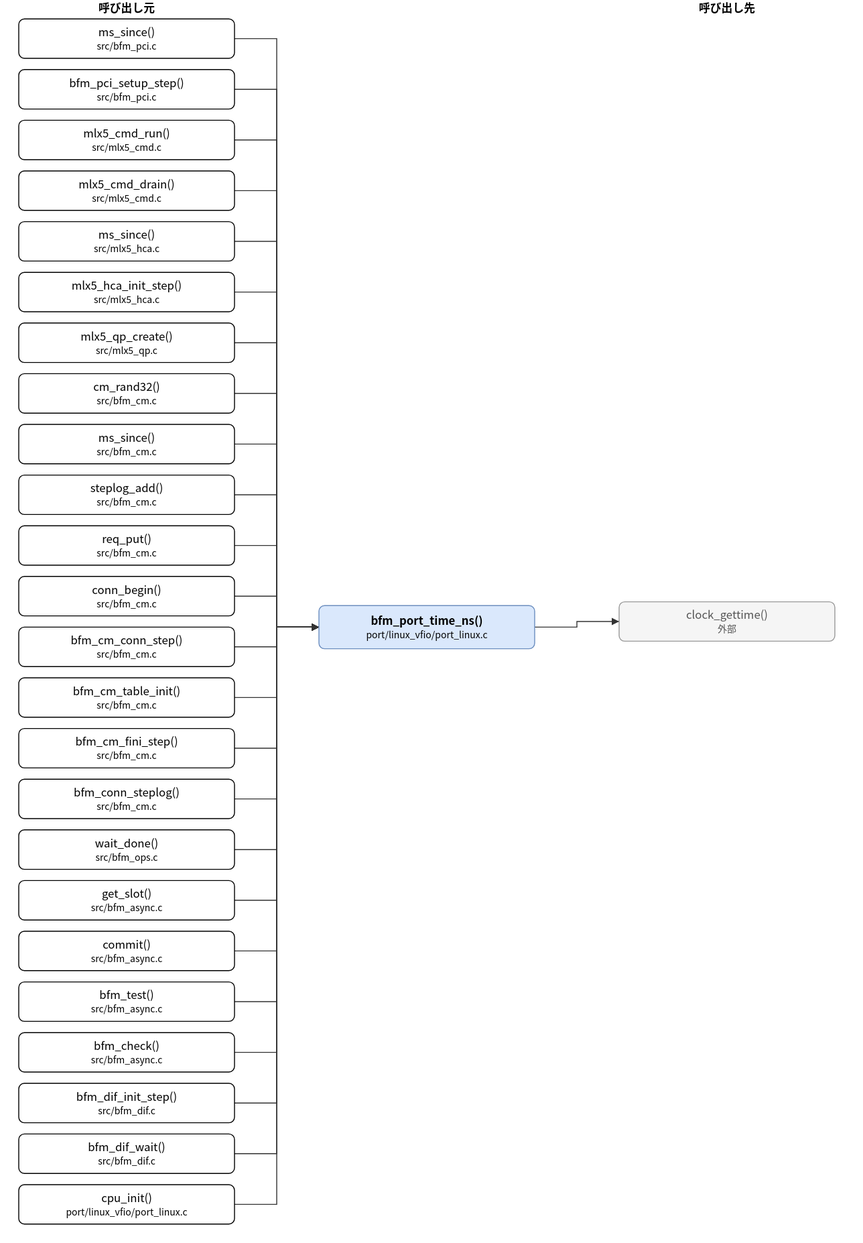
Before: doc/spec/images/call_port_linux_vfio_port_linux-bfm_port_time_ns.drawio.svg, a diagram exported from draw.io (hf355051012-ai/bfmem). Source tidied: cells renumbered, new cells last; positions are measured from the earlier drawing's top-left corner, leaving out a move shared by most shapes.
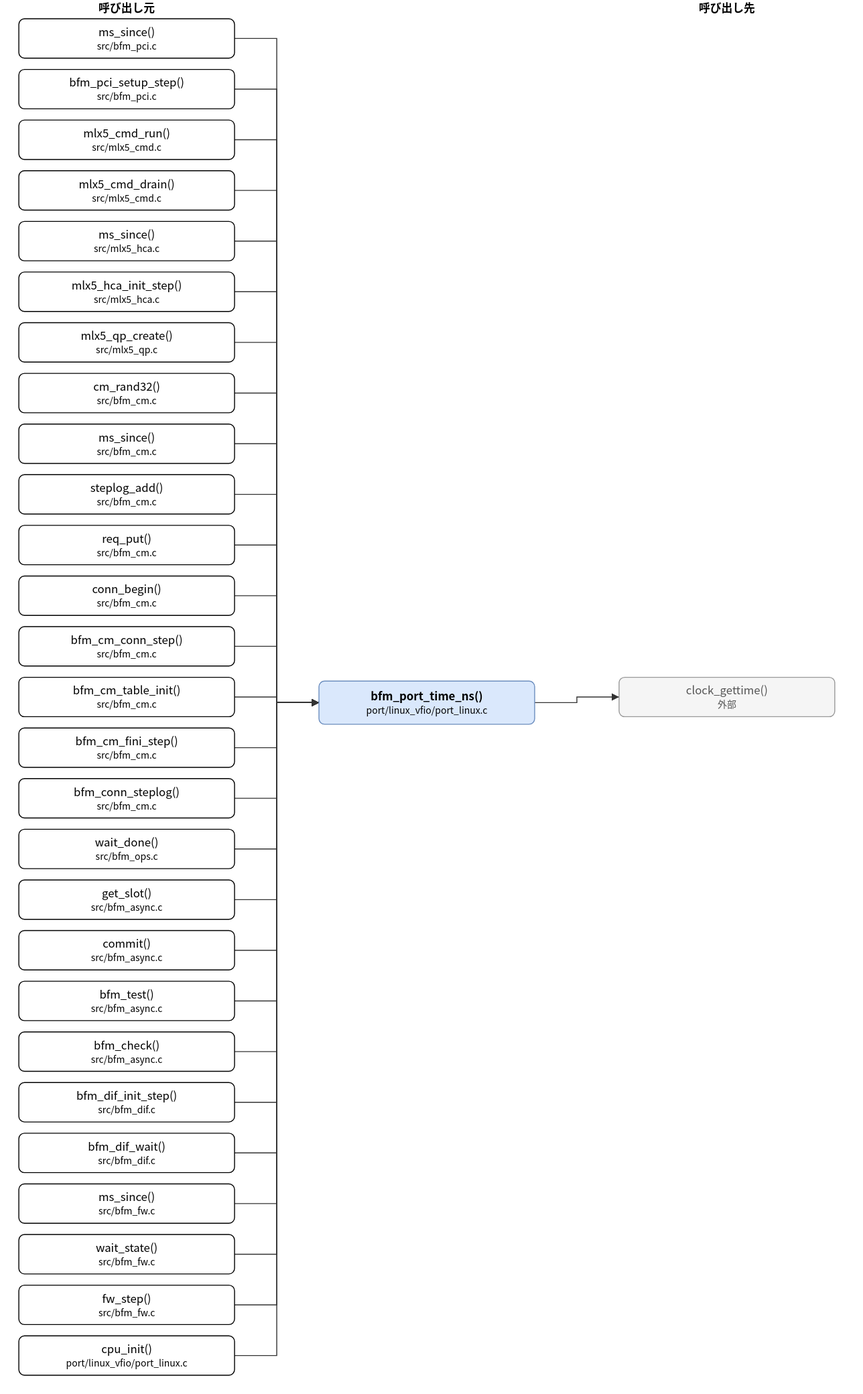
After the change.

The edit, as a diff of the source:
```diff
@@ -3,7 +3,7 @@
     <mxCell id="0" />
     <mxCell id="1" parent="0" />
     <mxCell id="2" value="bfm_port_time_ns()&lt;br&gt;&lt;font style=&quot;font-size:10px&quot;&gt;port/linux_vfio/port_linux.c&lt;/font&gt;" style="rounded=1;whiteSpace=wrap;html=1;fillColor=#dae8fc;strokeColor=#6c8ebf;fontStyle=1;" parent="1" vertex="1">
-      <mxGeometry x="320" y="645" width="230" height="46" as="geometry" />
+      <mxGeometry x="320" y="726" width="230" height="46" as="geometry" />
     </mxCell>
     <mxCell id="3" value="ms_since()&lt;br&gt;&lt;font style=&quot;font-size:10px&quot;&gt;src/bfm_pci.c&lt;/font&gt;" style="rounded=1;whiteSpace=wrap;html=1;" parent="1" vertex="1">
       <mxGeometry y="20" width="230" height="42" as="geometry" />
@@ -74,17 +74,26 @@
     <mxCell id="25" value="bfm_dif_wait()&lt;br&gt;&lt;font style=&quot;font-size:10px&quot;&gt;src/bfm_dif.c&lt;/font&gt;" style="rounded=1;whiteSpace=wrap;html=1;" parent="1" vertex="1">
       <mxGeometry y="1208" width="230" height="42" as="geometry" />
     </mxCell>
-    <mxCell id="26" value="cpu_init()&lt;br&gt;&lt;font style=&quot;font-size:10px&quot;&gt;port/linux_vfio/port_linux.c&lt;/font&gt;" style="rounded=1;whiteSpace=wrap;html=1;" parent="1" vertex="1">
+    <mxCell id="26" value="ms_since()&lt;br&gt;&lt;font style=&quot;font-size:10px&quot;&gt;src/bfm_fw.c&lt;/font&gt;" style="rounded=1;whiteSpace=wrap;html=1;" parent="1" vertex="1">
       <mxGeometry y="1262" width="230" height="42" as="geometry" />
     </mxCell>
+    <mxCell id="55" value="wait_state()&lt;br&gt;&lt;font style=&quot;font-size:10px&quot;&gt;src/bfm_fw.c&lt;/font&gt;" style="rounded=1;whiteSpace=wrap;html=1;" parent="1" vertex="1">
+      <mxGeometry y="1316" width="230" height="42" as="geometry" />
+    </mxCell>
+    <mxCell id="56" value="fw_step()&lt;br&gt;&lt;font style=&quot;font-size:10px&quot;&gt;src/bfm_fw.c&lt;/font&gt;" style="rounded=1;whiteSpace=wrap;html=1;" parent="1" vertex="1">
+      <mxGeometry y="1370" width="230" height="42" as="geometry" />
+    </mxCell>
+    <mxCell id="57" value="cpu_init()&lt;br&gt;&lt;font style=&quot;font-size:10px&quot;&gt;port/linux_vfio/port_linux.c&lt;/font&gt;" style="rounded=1;whiteSpace=wrap;html=1;" parent="1" vertex="1">
+      <mxGeometry y="1424" width="230" height="42" as="geometry" />
+    </mxCell>
     <mxCell id="27" value="clock_gettime()&lt;br&gt;&lt;font style=&quot;font-size:10px&quot;&gt;外部&lt;/font&gt;" style="rounded=1;whiteSpace=wrap;html=1;fillColor=#f5f5f5;strokeColor=#999999;fontColor=#555555;" parent="1" vertex="1">
-      <mxGeometry x="640" y="641" width="230" height="42" as="geometry" />
+      <mxGeometry x="640" y="722" width="230" height="42" as="geometry" />
     </mxCell>
     <mxCell id="28" style="edgeStyle=none;html=1;rounded=0;endArrow=block;endFill=1;exitX=1.0000;exitY=0.5000;exitDx=0;exitDy=0;exitPerimeter=0;entryX=0.0000;entryY=0.5000;entryDx=0;entryDy=0;entryPerimeter=0;" parent="1" edge="1" source="3" target="2">
       <mxGeometry relative="1" as="geometry">
         <Array as="points">
           <mxPoint x="275" y="41" />
-          <mxPoint x="275" y="668" />
+          <mxPoint x="275" y="749" />
         </Array>
       </mxGeometry>
     </mxCell>
@@ -92,7 +101,7 @@
       <mxGeometry relative="1" as="geometry">
         <Array as="points">
           <mxPoint x="275" y="95" />
-          <mxPoint x="275" y="668" />
+          <mxPoint x="275" y="749" />
         </Array>
       </mxGeometry>
     </mxCell>
@@ -100,7 +109,7 @@
       <mxGeometry relative="1" as="geometry">
         <Array as="points">
           <mxPoint x="275" y="149" />
-          <mxPoint x="275" y="668" />
+          <mxPoint x="275" y="749" />
         </Array>
       </mxGeometry>
     </mxCell>
@@ -108,7 +117,7 @@
       <mxGeometry relative="1" as="geometry">
         <Array as="points">
           <mxPoint x="275" y="203" />
-          <mxPoint x="275" y="668" />
+          <mxPoint x="275" y="749" />
         </Array>
       </mxGeometry>
     </mxCell>
@@ -116,7 +125,7 @@
       <mxGeometry relative="1" as="geometry">
         <Array as="points">
           <mxPoint x="275" y="257" />
-          <mxPoint x="275" y="668" />
+          <mxPoint x="275" y="749" />
         </Array>
       </mxGeometry>
     </mxCell>
@@ -124,7 +133,7 @@
       <mxGeometry relative="1" as="geometry">
         <Array as="points">
           <mxPoint x="275" y="311" />
-          <mxPoint x="275" y="668" />
+          <mxPoint x="275" y="749" />
         </Array>
       </mxGeometry>
     </mxCell>
@@ -132,7 +141,7 @@
       <mxGeometry relative="1" as="geometry">
         <Array as="points">
           <mxPoint x="275" y="365" />
-          <mxPoint x="275" y="668" />
+          <mxPoint x="275" y="749" />
         </Array>
       </mxGeometry>
     </mxCell>
@@ -140,7 +149,7 @@
       <mxGeometry relative="1" as="geometry">
         <Array as="points">
           <mxPoint x="275" y="419" />
-          <mxPoint x="275" y="668" />
+          <mxPoint x="275" y="749" />
         </Array>
       </mxGeometry>
     </mxCell>
@@ -148,7 +157,7 @@
       <mxGeometry relative="1" as="geometry">
         <Array as="points">
           <mxPoint x="275" y="473" />
-          <mxPoint x="275" y="668" />
+          <mxPoint x="275" y="749" />
         </Array>
       </mxGeometry>
     </mxCell>
@@ -156,7 +165,7 @@
       <mxGeometry relative="1" as="geometry">
         <Array as="points">
           <mxPoint x="275" y="527" />
-          <mxPoint x="275" y="668" />
+          <mxPoint x="275" y="749" />
         </Array>
       </mxGeometry>
     </mxCell>
@@ -164,7 +173,7 @@
       <mxGeometry relative="1" as="geometry">
         <Array as="points">
           <mxPoint x="275" y="581" />
-          <mxPoint x="275" y="668" />
+          <mxPoint x="275" y="749" />
         </Array>
       </mxGeometry>
     </mxCell>
@@ -172,7 +181,7 @@
       <mxGeometry relative="1" as="geometry">
         <Array as="points">
           <mxPoint x="275" y="635" />
-          <mxPoint x="275" y="668" />
+          <mxPoint x="275" y="749" />
         </Array>
       </mxGeometry>
     </mxCell>
@@ -180,7 +189,7 @@
       <mxGeometry relative="1" as="geometry">
         <Array as="points">
           <mxPoint x="275" y="689" />
-          <mxPoint x="275" y="668" />
+          <mxPoint x="275" y="749" />
         </Array>
       </mxGeometry>
     </mxCell>
@@ -188,7 +197,7 @@
       <mxGeometry relative="1" as="geometry">
         <Array as="points">
           <mxPoint x="275" y="743" />
-          <mxPoint x="275" y="668" />
+          <mxPoint x="275" y="749" />
         </Array>
       </mxGeometry>
     </mxCell>
@@ -196,7 +205,7 @@
       <mxGeometry relative="1" as="geometry">
         <Array as="points">
           <mxPoint x="275" y="797" />
-          <mxPoint x="275" y="668" />
+          <mxPoint x="275" y="749" />
         </Array>
       </mxGeometry>
     </mxCell>
@@ -204,7 +213,7 @@
       <mxGeometry relative="1" as="geometry">
         <Array as="points">
           <mxPoint x="275" y="851" />
-          <mxPoint x="275" y="668" />
+          <mxPoint x="275" y="749" />
         </Array>
       </mxGeometry>
     </mxCell>
@@ -212,7 +221,7 @@
       <mxGeometry relative="1" as="geometry">
         <Array as="points">
           <mxPoint x="275" y="905" />
-          <mxPoint x="275" y="668" />
+          <mxPoint x="275" y="749" />
         </Array>
       </mxGeometry>
     </mxCell>
@@ -220,7 +229,7 @@
       <mxGeometry relative="1" as="geometry">
         <Array as="points">
           <mxPoint x="275" y="959" />
-          <mxPoint x="275" y="668" />
+          <mxPoint x="275" y="749" />
         </Array>
       </mxGeometry>
     </mxCell>
@@ -228,7 +237,7 @@
       <mxGeometry relative="1" as="geometry">
         <Array as="points">
           <mxPoint x="275" y="1013" />
-          <mxPoint x="275" y="668" />
+          <mxPoint x="275" y="749" />
         </Array>
       </mxGeometry>
     </mxCell>
@@ -236,7 +245,7 @@
       <mxGeometry relative="1" as="geometry">
         <Array as="points">
           <mxPoint x="275" y="1067" />
-          <mxPoint x="275" y="668" />
+          <mxPoint x="275" y="749" />
         </Array>
       </mxGeometry>
     </mxCell>
@@ -244,7 +253,7 @@
       <mxGeometry relative="1" as="geometry">
         <Array as="points">
           <mxPoint x="275" y="1121" />
-          <mxPoint x="275" y="668" />
+          <mxPoint x="275" y="749" />
         </Array>
       </mxGeometry>
     </mxCell>
@@ -252,7 +261,7 @@
       <mxGeometry relative="1" as="geometry">
         <Array as="points">
           <mxPoint x="275" y="1175" />
-          <mxPoint x="275" y="668" />
+          <mxPoint x="275" y="749" />
         </Array>
       </mxGeometry>
     </mxCell>
@@ -260,7 +269,7 @@
       <mxGeometry relative="1" as="geometry">
         <Array as="points">
           <mxPoint x="275" y="1229" />
-          <mxPoint x="275" y="668" />
+          <mxPoint x="275" y="749" />
         </Array>
       </mxGeometry>
     </mxCell>
@@ -268,18 +277,42 @@
       <mxGeometry relative="1" as="geometry">
         <Array as="points">
           <mxPoint x="275" y="1283" />
-          <mxPoint x="275" y="668" />
+          <mxPoint x="275" y="749" />
         </Array>
       </mxGeometry>
     </mxCell>
-    <mxCell id="52" style="edgeStyle=none;html=1;rounded=0;endArrow=block;endFill=1;exitX=1.0000;exitY=0.5000;exitDx=0;exitDy=0;exitPerimeter=0;entryX=0.0000;entryY=0.5000;entryDx=0;entryDy=0;entryPerimeter=0;" parent="1" edge="1" source="2" target="27">
+    <mxCell id="52" style="edgeStyle=none;html=1;rounded=0;endArrow=block;endFill=1;exitX=1.0000;exitY=0.5000;exitDx=0;exitDy=0;exitPerimeter=0;entryX=0.0000;entryY=0.5000;entryDx=0;entryDy=0;entryPerimeter=0;" parent="1" edge="1" source="55" target="2">
       <mxGeometry relative="1" as="geometry">
         <Array as="points">
-          <mxPoint x="595" y="668" />
-          <mxPoint x="595" y="662" />
+          <mxPoint x="275" y="1337" />
+          <mxPoint x="275" y="749" />
         </Array>
       </mxGeometry>
     </mxCell>
+    <mxCell id="58" style="edgeStyle=none;html=1;rounded=0;endArrow=block;endFill=1;exitX=1.0000;exitY=0.5000;exitDx=0;exitDy=0;exitPerimeter=0;entryX=0.0000;entryY=0.5000;entryDx=0;entryDy=0;entryPerimeter=0;" parent="1" edge="1" source="56" target="2">
+      <mxGeometry relative="1" as="geometry">
+        <Array as="points">
+          <mxPoint x="275" y="1391" />
+          <mxPoint x="275" y="749" />
+        </Array>
+      </mxGeometry>
+    </mxCell>
+    <mxCell id="59" style="edgeStyle=none;html=1;rounded=0;endArrow=block;endFill=1;exitX=1.0000;exitY=0.5000;exitDx=0;exitDy=0;exitPerimeter=0;entryX=0.0000;entryY=0.5000;entryDx=0;entryDy=0;entryPerimeter=0;" parent="1" edge="1" source="57" target="2">
+      <mxGeometry relative="1" as="geometry">
+        <Array as="points">
+          <mxPoint x="275" y="1445" />
+          <mxPoint x="275" y="749" />
+        </Array>
+      </mxGeometry>
+    </mxCell>
+    <mxCell id="60" style="edgeStyle=none;html=1;rounded=0;endArrow=block;endFill=1;exitX=1.0000;exitY=0.5000;exitDx=0;exitDy=0;exitPerimeter=0;entryX=0.0000;entryY=0.5000;entryDx=0;entryDy=0;entryPerimeter=0;" parent="1" edge="1" source="2" target="27">
+      <mxGeometry relative="1" as="geometry">
+        <Array as="points">
+          <mxPoint x="595" y="749" />
+          <mxPoint x="595" y="743" />
+        </Array>
+      </mxGeometry>
+    </mxCell>
     <mxCell id="53" value="呼び出し元" style="text;html=1;align=center;fontStyle=1;" parent="1" vertex="1">
       <mxGeometry x="35" width="160" height="18" as="geometry" />
     </mxCell>
```
